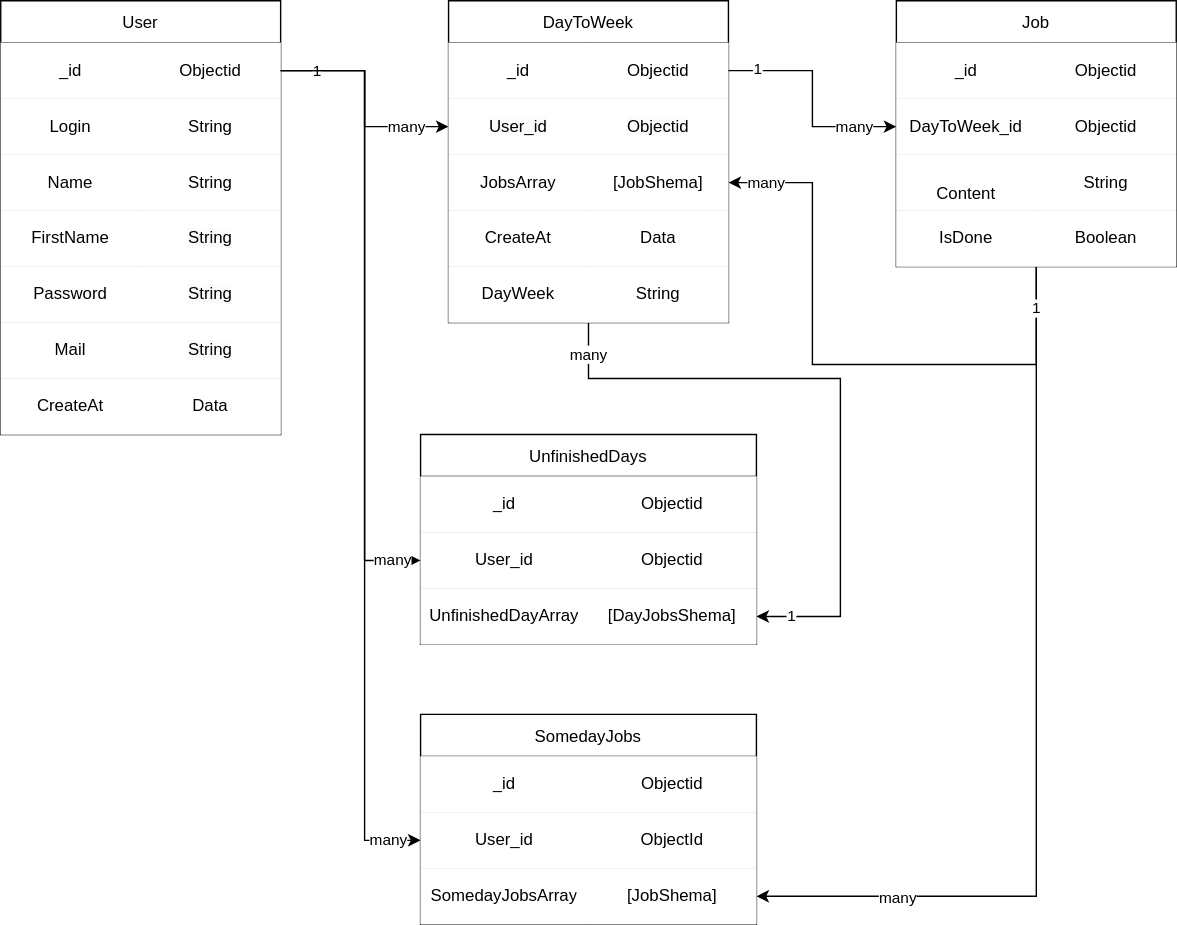
The draw.io diagram FireWeekDiagram.drawio.svg in lambehorn/FireWeek, before a commit. Source tidied: cells renumbered, new cells last; positions are measured from the earlier drawing's top-left corner, leaving out a move shared by most shapes.
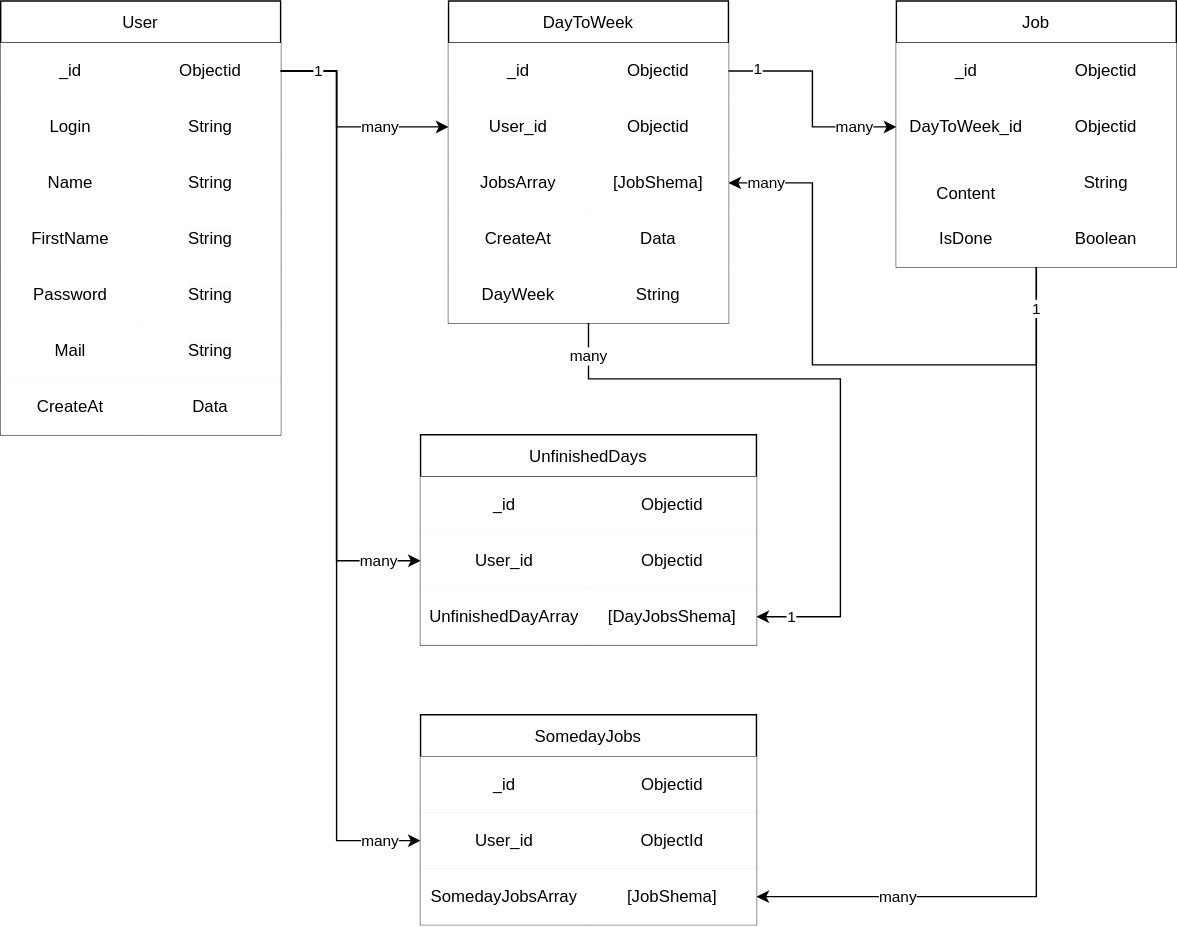
The same file after the commit.

Change to the diagram source:
```diff
@@ -134,7 +134,12 @@
       <mxGeometry x="100" width="100" height="40" as="geometry" />
     </mxCell>
     <mxCell id="43" style="edgeStyle=orthogonalEdgeStyle;rounded=0;jettySize=auto;html=1;" parent="1" edge="1" source="3" target="31">
-      <mxGeometry relative="1" as="geometry" />
+      <mxGeometry relative="1" as="geometry">
+        <Array as="points">
+          <mxPoint x="240" y="50" />
+          <mxPoint x="240" y="90" />
+        </Array>
+      </mxGeometry>
     </mxCell>
     <mxCell id="44" value="1" style="edgeLabel;html=1;align=center;verticalAlign=middle;" parent="43" vertex="1">
       <mxGeometry x="-0.69" relative="1" as="geometry">
@@ -143,7 +148,7 @@
     </mxCell>
     <mxCell id="45" value="many" style="edgeLabel;html=1;align=center;verticalAlign=middle;" parent="43" vertex="1">
       <mxGeometry x="0.65" relative="1" as="geometry">
-        <mxPoint x="-2" as="offset" />
+        <mxPoint x="-22" as="offset" />
       </mxGeometry>
     </mxCell>
     <mxCell id="46" style="edgeStyle=orthogonalEdgeStyle;rounded=0;jettySize=auto;html=1;" parent="1" edge="1" source="51" target="34">
@@ -170,7 +175,7 @@
     </mxCell>
     <mxCell id="50" value="many" style="edgeLabel;html=1;align=center;verticalAlign=middle;" parent="48" vertex="1">
       <mxGeometry x="0.84" y="1" relative="1" as="geometry">
-        <mxPoint x="49" as="offset" />
+        <mxPoint x="49" y="-1" as="offset" />
       </mxGeometry>
     </mxCell>
     <mxCell id="51" value="Job" style="shape=table;startSize=30;" parent="1" vertex="1">
@@ -263,27 +268,32 @@
     <mxCell id="77" style="edgeStyle=orthogonalEdgeStyle;rounded=0;jettySize=auto;html=1;" parent="1" edge="1" source="3" target="71">
       <mxGeometry relative="1" as="geometry">
         <Array as="points">
-          <mxPoint x="260" y="50" />
-          <mxPoint x="260" y="400" />
+          <mxPoint x="240" y="50" />
+          <mxPoint x="240" y="400" />
         </Array>
       </mxGeometry>
     </mxCell>
     <mxCell id="78" value="many" style="edgeLabel;html=1;align=center;verticalAlign=middle;" parent="77" vertex="1">
       <mxGeometry x="0.83" y="2" relative="1" as="geometry">
-        <mxPoint x="18" y="2" as="offset" />
+        <mxPoint x="8" y="2" as="offset" />
       </mxGeometry>
     </mxCell>
     <mxCell id="79" style="edgeStyle=orthogonalEdgeStyle;rounded=0;jettySize=auto;html=1;" parent="1" edge="1" source="3" target="85">
       <mxGeometry relative="1" as="geometry">
         <Array as="points">
-          <mxPoint x="260" y="50" />
-          <mxPoint x="260" y="600" />
+          <mxPoint x="240" y="50" />
+          <mxPoint x="240" y="600" />
         </Array>
       </mxGeometry>
     </mxCell>
     <mxCell id="80" value="many" style="edgeLabel;html=1;align=center;verticalAlign=middle;" parent="79" vertex="1">
-      <mxGeometry x="0.93" relative="1" as="geometry" />
+      <mxGeometry x="0.93" relative="1" as="geometry">
+        <mxPoint x="-6" as="offset" />
+      </mxGeometry>
     </mxCell>
+    <mxCell id="91" value="1" style="edgeLabel;html=1;align=center;verticalAlign=middle;" parent="79" vertex="1">
+      <mxGeometry x="-0.92" relative="1" as="geometry" />
+    </mxCell>
     <mxCell id="81" value="SomedayJobs" style="shape=table;startSize=30;" parent="1" vertex="1">
       <mxGeometry x="300" y="510" width="240" height="150" as="geometry" />
     </mxCell>
```
